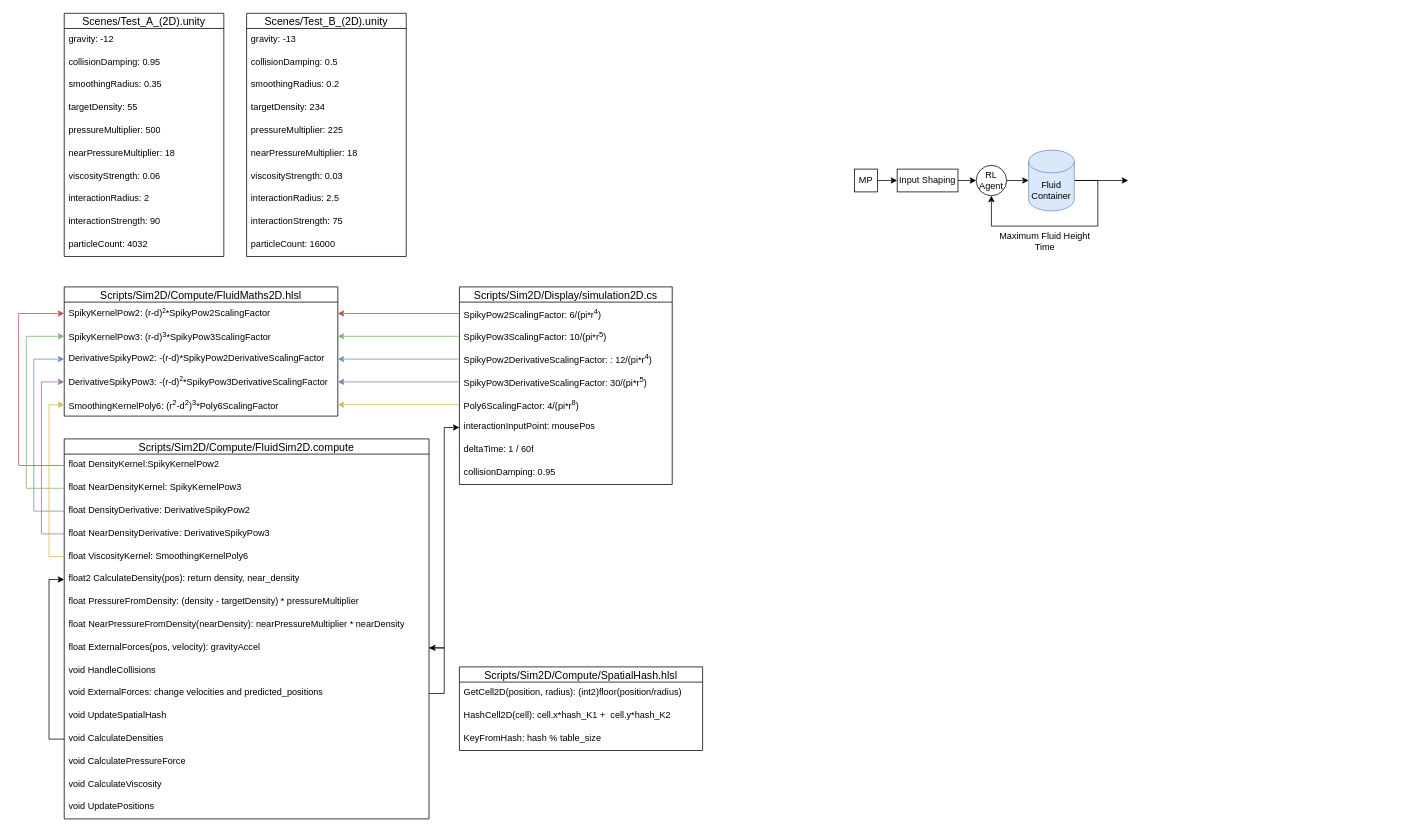
Above: Fluid-Sim.drawio in RiemannLee19/UMLs (draw.io), before the change. Source tidied: cells renumbered, new cells numbered last; positions are measured from the earlier drawing's top-left corner, leaving out a move shared by most shapes. Both pictures are drawn from the tidied source at 76%, with x=0, y=0 at pixel (18, 13).
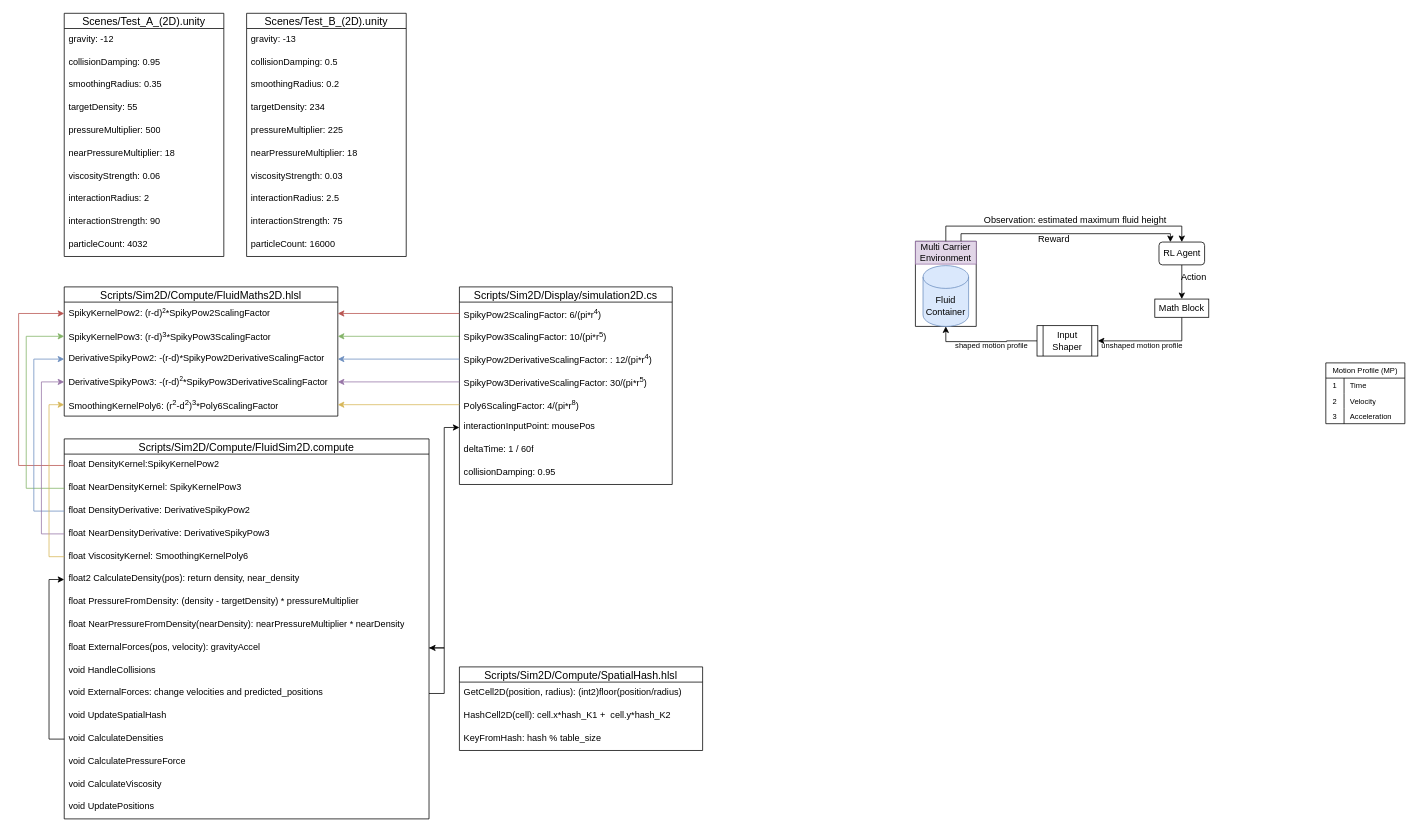
The same diagram, later.

Diff of the diagram source:
```diff
@@
+    <mxCell id="83" style="swimlane;startSize=0;" parent="1" vertex="1">
+      <mxGeometry x="1180" y="300" width="80" height="112" as="geometry" />
+    </mxCell>
+    <mxCell id="80" value="Fluid Container" style="shape=cylinder3;whiteSpace=wrap;html=1;boundedLbl=1;backgroundOutline=1;size=15;fillColor=#dae8fc;strokeColor=#6c8ebf;" parent="83" vertex="1">
+      <mxGeometry x="10" y="32" width="60" height="80" as="geometry" />
+    </mxCell>
+    <mxCell id="84" value="Multi Carrier Environment" style="rounded=0;whiteSpace=wrap;html=1;fillColor=#e1d5e7;strokeColor=#9673a6;" parent="83" vertex="1">
+      <mxGeometry width="80" height="30" as="geometry" />
+    </mxCell>
+    <mxCell id="85" style="edgeStyle=orthogonalEdgeStyle;rounded=0;jettySize=auto;html=1;entryX=0.5;entryY=0;entryDx=0;entryDy=0;" parent="1" edge="1" source="73" target="105">
+      <mxGeometry relative="1" as="geometry" />
+    </mxCell>
-    <mxCell id="73" value="RL&lt;div&gt;Agent&lt;/div&gt;" style="ellipse;whiteSpace=wrap;html=1;" parent="1" vertex="1">
-      <mxGeometry x="1260" y="200" width="40" height="40" as="geometry" />
+    <mxCell id="73" value="RL Agent" style="rounded=1;whiteSpace=wrap;html=1;" parent="1" vertex="1">
+      <mxGeometry x="1500.5" y="301" width="60" height="30" as="geometry" />
     </mxCell>
-    <mxCell id="74" style="edgeStyle=orthogonalEdgeStyle;rounded=0;jettySize=auto;html=1;exitX=1;exitY=0.5;exitDx=0;exitDy=0;entryX=0;entryY=0.5;entryDx=0;entryDy=0;" parent="1" edge="1" source="75" target="73">
-      <mxGeometry relative="1" as="geometry" />
-    </mxCell>
-    <mxCell id="75" value="Input Shaping" style="rounded=0;whiteSpace=wrap;html=1;" parent="1" vertex="1">
-      <mxGeometry x="1156" y="205" width="80" height="30" as="geometry" />
-    </mxCell>
-    <mxCell id="76" style="edgeStyle=orthogonalEdgeStyle;rounded=0;jettySize=auto;html=1;exitX=1;exitY=0.5;exitDx=0;exitDy=0;entryX=0;entryY=0.5;entryDx=0;entryDy=0;" parent="1" edge="1" source="77" target="75">
-      <mxGeometry relative="1" as="geometry" />
-    </mxCell>
-    <mxCell id="77" value="MP" style="rounded=0;whiteSpace=wrap;html=1;" parent="1" vertex="1">
-      <mxGeometry x="1100" y="205" width="30" height="30" as="geometry" />
-    </mxCell>
-    <mxCell id="78" style="edgeStyle=orthogonalEdgeStyle;rounded=0;jettySize=auto;html=1;exitX=1;exitY=0.5;exitDx=0;exitDy=0;exitPerimeter=0;entryX=0.5;entryY=1;entryDx=0;entryDy=0;" parent="1" edge="1" source="80" target="73">
-      <mxGeometry relative="1" as="geometry">
-        <Array as="points">
-          <mxPoint x="1420" y="220" />
-          <mxPoint x="1420" y="280" />
-          <mxPoint x="1280" y="280" />
-        </Array>
-      </mxGeometry>
-    </mxCell>
-    <mxCell id="79" style="edgeStyle=orthogonalEdgeStyle;rounded=0;jettySize=auto;html=1;exitX=1;exitY=0.5;exitDx=0;exitDy=0;exitPerimeter=0;" parent="1" edge="1" source="80">
-      <mxGeometry relative="1" as="geometry">
-        <mxPoint x="1460" y="220" as="targetPoint" />
-      </mxGeometry>
-    </mxCell>
-    <mxCell id="80" value="&lt;div&gt;Fluid&lt;/div&gt;Container" style="shape=cylinder3;whiteSpace=wrap;html=1;boundedLbl=1;backgroundOutline=1;size=15;fillColor=#dae8fc;strokeColor=#6c8ebf;" parent="1" vertex="1">
-      <mxGeometry x="1329" y="180" width="60" height="80" as="geometry" />
-    </mxCell>
-    <mxCell id="81" style="edgeStyle=orthogonalEdgeStyle;rounded=0;jettySize=auto;html=1;exitX=1;exitY=0.5;exitDx=0;exitDy=0;entryX=0;entryY=0.5;entryDx=0;entryDy=0;entryPerimeter=0;" parent="1" edge="1" source="73" target="80">
-      <mxGeometry relative="1" as="geometry" />
-    </mxCell>
-    <mxCell id="82" value="Maximum Fluid Height&lt;div&gt;Time&lt;/div&gt;" style="text;html=1;align=center;verticalAlign=middle;strokeColor=none;fillColor=none;" parent="1" vertex="1">
-      <mxGeometry x="1280" y="280" width="140" height="40" as="geometry" />
-    </mxCell>
+    <mxCell id="86" style="edgeStyle=orthogonalEdgeStyle;rounded=0;jettySize=auto;html=1;entryX=0.5;entryY=1;entryDx=0;entryDy=0;" parent="1" edge="1" source="87" target="83">
+      <mxGeometry relative="1" as="geometry" />
+    </mxCell>
+    <mxCell id="87" value="Input Shaper" style="shape=process;whiteSpace=wrap;html=1;backgroundOutline=1;" parent="1" vertex="1">
+      <mxGeometry x="1340" y="411" width="80" height="40" as="geometry" />
+    </mxCell>
+    <mxCell id="88" value="&lt;font style=&quot;font-size: 10px;&quot;&gt;unshaped motion profile&lt;/font&gt;" style="text;html=1;align=center;verticalAlign=middle;strokeColor=none;fillColor=none;" parent="1" vertex="1">
+      <mxGeometry x="1413" y="422" width="130" height="30" as="geometry" />
+    </mxCell>
+    <mxCell id="89" value="&lt;font style=&quot;font-size: 10px;&quot;&gt;shaped motion profile&lt;/font&gt;" style="text;html=1;align=center;verticalAlign=middle;strokeColor=none;fillColor=none;" parent="1" vertex="1">
+      <mxGeometry x="1220" y="422" width="120" height="30" as="geometry" />
+    </mxCell>
+    <mxCell id="90" value="Action" style="text;html=1;align=center;verticalAlign=middle;strokeColor=none;fillColor=none;fontSize=12;" parent="1" vertex="1">
+      <mxGeometry x="1516" y="332" width="60" height="30" as="geometry" />
+    </mxCell>
+    <mxCell id="91" value="Observation: estimated maximum fluid height" style="text;html=1;align=center;verticalAlign=middle;strokeColor=none;fillColor=none;" parent="1" vertex="1">
+      <mxGeometry x="1260" y="258" width="260" height="30" as="geometry" />
+    </mxCell>
+    <mxCell id="92" value="Reward" style="text;html=1;align=center;verticalAlign=middle;strokeColor=none;fillColor=none;" parent="1" vertex="1">
+      <mxGeometry x="1332" y="283" width="60" height="30" as="geometry" />
+    </mxCell>
+    <mxCell id="93" value="Motion Profile (MP)" style="shape=table;startSize=20;childLayout=tableLayout;rowLines=0;fontStyle=0;strokeColor=default;fontSize=10;" parent="1" vertex="1">
+      <mxGeometry x="1720" y="460" width="104" height="80" as="geometry" />
+    </mxCell>
+    <mxCell id="94" style="shape=tableRow;horizontal=0;startSize=0;swimlaneHead=0;swimlaneBody=0;top=0;left=0;bottom=0;right=0;fillColor=none;strokeColor=inherit;fontSize=10;" parent="93" vertex="1">
+      <mxGeometry y="20" width="104" height="20" as="geometry" />
+    </mxCell>
+    <mxCell id="95" value="1" style="shape=partialRectangle;html=1;whiteSpace=wrap;fillColor=none;top=0;left=0;bottom=0;right=0;overflow=hidden;strokeColor=inherit;fontSize=10;" parent="94" vertex="1">
+      <mxGeometry width="24" height="20" as="geometry" />
+    </mxCell>
+    <mxCell id="96" value="Time" style="shape=partialRectangle;html=1;whiteSpace=wrap;fillColor=none;top=0;left=0;bottom=0;right=0;align=left;spacingLeft=6;overflow=hidden;strokeColor=inherit;fontSize=10;" parent="94" vertex="1">
+      <mxGeometry x="24" width="80" height="20" as="geometry" />
+    </mxCell>
+    <mxCell id="97" style="shape=tableRow;horizontal=0;startSize=0;swimlaneHead=0;swimlaneBody=0;top=0;left=0;bottom=0;right=0;fillColor=none;strokeColor=inherit;fontSize=10;" parent="93" vertex="1">
+      <mxGeometry y="40" width="104" height="20" as="geometry" />
+    </mxCell>
+    <mxCell id="98" value="2" style="shape=partialRectangle;html=1;whiteSpace=wrap;fillColor=none;top=0;left=0;bottom=0;right=0;overflow=hidden;strokeColor=inherit;fontSize=10;" parent="97" vertex="1">
+      <mxGeometry width="24" height="20" as="geometry" />
+    </mxCell>
+    <mxCell id="99" value="Velocity" style="shape=partialRectangle;html=1;whiteSpace=wrap;fillColor=none;top=0;left=0;bottom=0;right=0;align=left;spacingLeft=6;overflow=hidden;strokeColor=inherit;fontSize=10;" parent="97" vertex="1">
+      <mxGeometry x="24" width="80" height="20" as="geometry" />
+    </mxCell>
+    <mxCell id="100" style="shape=tableRow;horizontal=0;startSize=0;swimlaneHead=0;swimlaneBody=0;top=0;left=0;bottom=0;right=0;fillColor=none;strokeColor=inherit;fontSize=10;" parent="93" vertex="1">
+      <mxGeometry y="60" width="104" height="20" as="geometry" />
+    </mxCell>
+    <mxCell id="101" value="3" style="shape=partialRectangle;html=1;whiteSpace=wrap;fillColor=none;top=0;left=0;bottom=0;right=0;overflow=hidden;strokeColor=inherit;fontSize=10;" parent="100" vertex="1">
+      <mxGeometry width="24" height="20" as="geometry" />
+    </mxCell>
+    <mxCell id="102" value="Acceleration" style="shape=partialRectangle;html=1;whiteSpace=wrap;fillColor=none;top=0;left=0;bottom=0;right=0;align=left;spacingLeft=6;overflow=hidden;strokeColor=inherit;fontSize=10;" parent="100" vertex="1">
+      <mxGeometry x="24" width="80" height="20" as="geometry" />
+    </mxCell>
+    <mxCell id="103" style="edgeStyle=orthogonalEdgeStyle;rounded=0;jettySize=auto;html=1;exitX=0.5;exitY=0;exitDx=0;exitDy=0;entryX=0.5;entryY=0;entryDx=0;entryDy=0;" parent="1" edge="1" source="84" target="73">
+      <mxGeometry relative="1" as="geometry">
+        <Array as="points">
+          <mxPoint x="1220" y="280" />
+          <mxPoint x="1530" y="280" />
+        </Array>
+      </mxGeometry>
+    </mxCell>
+    <mxCell id="104" style="edgeStyle=orthogonalEdgeStyle;rounded=0;jettySize=auto;html=1;exitX=0.5;exitY=1;exitDx=0;exitDy=0;entryX=1;entryY=0.5;entryDx=0;entryDy=0;" parent="1" edge="1" source="105" target="87">
+      <mxGeometry relative="1" as="geometry" />
+    </mxCell>
+    <mxCell id="105" value="Math Block" style="html=1;whiteSpace=wrap;" parent="1" vertex="1">
+      <mxGeometry x="1495" y="376" width="71" height="24" as="geometry" />
+    </mxCell>
+    <mxCell id="106" style="edgeStyle=orthogonalEdgeStyle;rounded=0;jettySize=auto;html=1;exitX=0.75;exitY=0;exitDx=0;exitDy=0;entryX=0.25;entryY=0;entryDx=0;entryDy=0;" parent="1" edge="1" source="84" target="73">
+      <mxGeometry relative="1" as="geometry">
+        <Array as="points">
+          <mxPoint x="1240" y="290" />
+          <mxPoint x="1516" y="290" />
+        </Array>
+      </mxGeometry>
+    </mxCell>
```
